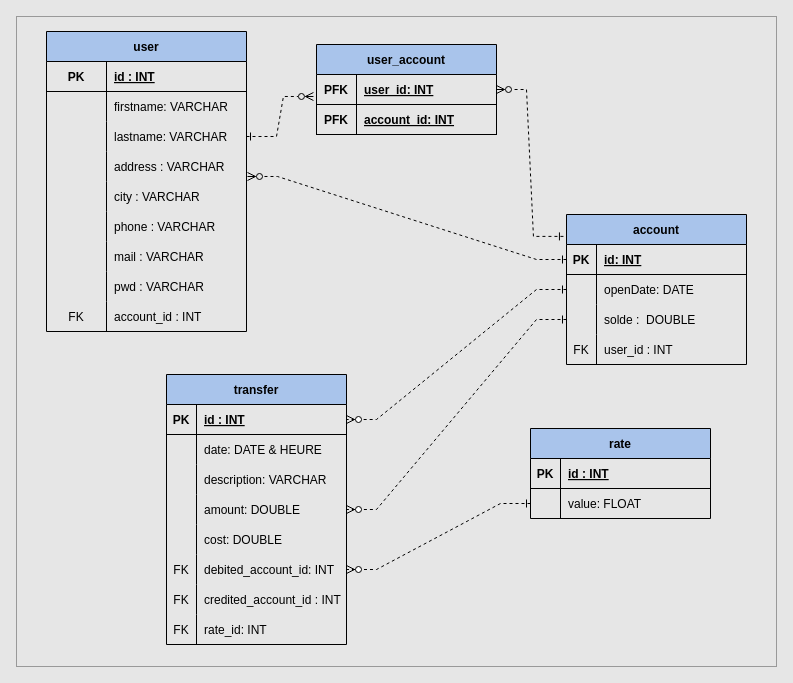
Above: diagrammes/DiagrammeMLD.drawio in PascalChatard/apipaymybuddy (draw.io), before the change. Source tidied: cells renumbered, new cells numbered last; positions are measured from the earlier drawing's top-left corner, leaving out a move shared by most shapes. Both pictures are drawn from the tidied source at 100%, with x=0, y=0 at pixel (16, 16).
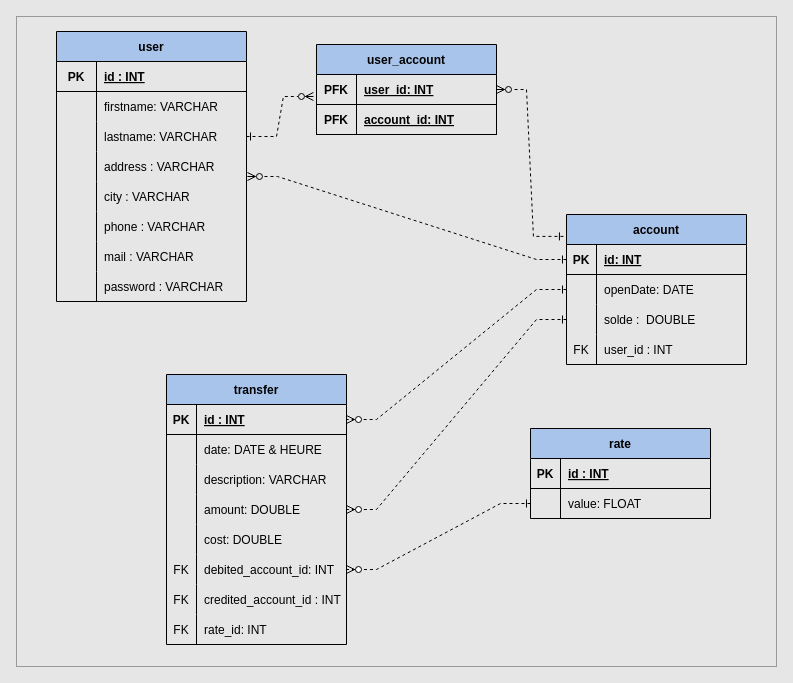
The same page after the edit.

What changed in the source:
```diff
@@
     <mxCell id="16" value="user" style="shape=table;startSize=30;childLayout=tableLayout;rowLines=0;fontStyle=1;align=center;fillColor=#A9C4EB;" parent="1" vertex="1">
-      <mxGeometry x="30" y="15" width="200" height="300" as="geometry" />
+      <mxGeometry x="40" y="15" width="190" height="270" as="geometry" />
     </mxCell>
     <mxCell id="17" style="shape=tableRow;horizontal=0;startSize=0;swimlaneHead=0;swimlaneBody=0;fillColor=none;top=0;left=0;right=0;bottom=1;" parent="16" vertex="1">
-      <mxGeometry y="30" width="200" height="30" as="geometry" />
+      <mxGeometry y="30" width="190" height="30" as="geometry" />
     </mxCell>
     <mxCell id="18" value="PK" style="shape=partialRectangle;fillColor=none;top=0;left=0;bottom=0;right=0;fontStyle=1;overflow=hidden;" parent="17" vertex="1">
-      <mxGeometry width="60" height="30" as="geometry" />
+      <mxGeometry width="40" height="30" as="geometry" />
     </mxCell>
     <mxCell id="19" value="id : INT" style="shape=partialRectangle;fillColor=none;top=0;left=0;bottom=0;right=0;align=left;spacingLeft=6;fontStyle=5;overflow=hidden;" parent="17" vertex="1">
-      <mxGeometry x="60" width="140" height="30" as="geometry" />
+      <mxGeometry x="40" width="150" height="30" as="geometry" />
     </mxCell>
     <mxCell id="20" style="shape=tableRow;horizontal=0;startSize=0;swimlaneHead=0;swimlaneBody=0;fillColor=none;top=0;left=0;right=0;bottom=0;" parent="16" vertex="1">
-      <mxGeometry y="60" width="200" height="30" as="geometry" />
+      <mxGeometry y="60" width="190" height="30" as="geometry" />
     </mxCell>
     <mxCell id="21" style="shape=partialRectangle;fillColor=none;top=0;left=0;bottom=0;right=0;overflow=hidden;" parent="20" vertex="1">
-      <mxGeometry width="60" height="30" as="geometry" />
+      <mxGeometry width="40" height="30" as="geometry" />
     </mxCell>
     <mxCell id="22" value="firstname: VARCHAR" style="shape=partialRectangle;fillColor=none;top=0;left=0;bottom=0;right=0;align=left;spacingLeft=6;overflow=hidden;" parent="20" vertex="1">
-      <mxGeometry x="60" width="140" height="30" as="geometry" />
+      <mxGeometry x="40" width="150" height="30" as="geometry" />
     </mxCell>
     <mxCell id="23" style="shape=tableRow;horizontal=0;startSize=0;swimlaneHead=0;swimlaneBody=0;fillColor=none;points=[[0,0.5],[1,0.5]];portConstraint=eastwest;top=0;left=0;right=0;bottom=0;" parent="16" vertex="1">
-      <mxGeometry y="90" width="200" height="30" as="geometry" />
+      <mxGeometry y="90" width="190" height="30" as="geometry" />
     </mxCell>
     <mxCell id="24" style="shape=partialRectangle;fillColor=none;top=0;left=0;bottom=0;right=0;overflow=hidden;" parent="23" vertex="1">
-      <mxGeometry width="60" height="30" as="geometry" />
+      <mxGeometry width="40" height="30" as="geometry" />
     </mxCell>
     <mxCell id="25" value="lastname: VARCHAR" style="shape=partialRectangle;fillColor=none;top=0;left=0;bottom=0;right=0;align=left;spacingLeft=6;overflow=hidden;" parent="23" vertex="1">
-      <mxGeometry x="60" width="140" height="30" as="geometry" />
+      <mxGeometry x="40" width="150" height="30" as="geometry" />
     </mxCell>
     <mxCell id="26" style="shape=tableRow;horizontal=0;startSize=0;swimlaneHead=0;swimlaneBody=0;fillColor=none;points=[[0,0.5],[1,0.5]];portConstraint=eastwest;top=0;left=0;right=0;bottom=0;" parent="16" vertex="1">
-      <mxGeometry y="120" width="200" height="30" as="geometry" />
+      <mxGeometry y="120" width="190" height="30" as="geometry" />
     </mxCell>
     <mxCell id="27" style="shape=partialRectangle;fillColor=none;top=0;left=0;bottom=0;right=0;overflow=hidden;" parent="26" vertex="1">
-      <mxGeometry width="60" height="30" as="geometry" />
+      <mxGeometry width="40" height="30" as="geometry" />
     </mxCell>
     <mxCell id="28" value="address : VARCHAR" style="shape=partialRectangle;fillColor=none;top=0;left=0;bottom=0;right=0;align=left;spacingLeft=6;overflow=hidden;" parent="26" vertex="1">
-      <mxGeometry x="60" width="140" height="30" as="geometry" />
+      <mxGeometry x="40" width="150" height="30" as="geometry" />
     </mxCell>
     <mxCell id="29" style="shape=tableRow;horizontal=0;startSize=0;swimlaneHead=0;swimlaneBody=0;fillColor=none;top=0;left=0;right=0;bottom=0;" parent="16" vertex="1">
-      <mxGeometry y="150" width="200" height="30" as="geometry" />
+      <mxGeometry y="150" width="190" height="30" as="geometry" />
     </mxCell>
     <mxCell id="30" style="shape=partialRectangle;fillColor=none;top=0;left=0;bottom=0;right=0;overflow=hidden;" parent="29" vertex="1">
-      <mxGeometry width="60" height="30" as="geometry" />
+      <mxGeometry width="40" height="30" as="geometry" />
     </mxCell>
     <mxCell id="31" value="city : VARCHAR" style="shape=partialRectangle;fillColor=none;top=0;left=0;bottom=0;right=0;align=left;spacingLeft=6;overflow=hidden;" parent="29" vertex="1">
-      <mxGeometry x="60" width="140" height="30" as="geometry" />
+      <mxGeometry x="40" width="150" height="30" as="geometry" />
     </mxCell>
     <mxCell id="32" style="shape=tableRow;horizontal=0;startSize=0;swimlaneHead=0;swimlaneBody=0;fillColor=none;top=0;left=0;right=0;bottom=0;" parent="16" vertex="1">
-      <mxGeometry y="180" width="200" height="30" as="geometry" />
+      <mxGeometry y="180" width="190" height="30" as="geometry" />
     </mxCell>
     <mxCell id="33" style="shape=partialRectangle;fillColor=none;top=0;left=0;bottom=0;right=0;overflow=hidden;" parent="32" vertex="1">
-      <mxGeometry width="60" height="30" as="geometry" />
+      <mxGeometry width="40" height="30" as="geometry" />
     </mxCell>
     <mxCell id="34" value="phone : VARCHAR" style="shape=partialRectangle;fillColor=none;top=0;left=0;bottom=0;right=0;align=left;spacingLeft=6;overflow=hidden;" parent="32" vertex="1">
-      <mxGeometry x="60" width="140" height="30" as="geometry" />
+      <mxGeometry x="40" width="150" height="30" as="geometry" />
     </mxCell>
     <mxCell id="35" style="shape=tableRow;horizontal=0;startSize=0;swimlaneHead=0;swimlaneBody=0;fillColor=none;top=0;left=0;right=0;bottom=0;" parent="16" vertex="1">
-      <mxGeometry y="210" width="200" height="30" as="geometry" />
+      <mxGeometry y="210" width="190" height="30" as="geometry" />
     </mxCell>
     <mxCell id="36" style="shape=partialRectangle;fillColor=none;top=0;left=0;bottom=0;right=0;overflow=hidden;" parent="35" vertex="1">
-      <mxGeometry width="60" height="30" as="geometry" />
+      <mxGeometry width="40" height="30" as="geometry" />
     </mxCell>
     <mxCell id="37" value="mail : VARCHAR" style="shape=partialRectangle;fillColor=none;top=0;left=0;bottom=0;right=0;align=left;spacingLeft=6;overflow=hidden;" parent="35" vertex="1">
-      <mxGeometry x="60" width="140" height="30" as="geometry" />
+      <mxGeometry x="40" width="150" height="30" as="geometry" />
     </mxCell>
     <mxCell id="38" style="shape=tableRow;horizontal=0;startSize=0;swimlaneHead=0;swimlaneBody=0;fillColor=none;top=0;left=0;right=0;bottom=0;" parent="16" vertex="1">
-      <mxGeometry y="240" width="200" height="30" as="geometry" />
+      <mxGeometry y="240" width="190" height="30" as="geometry" />
     </mxCell>
     <mxCell id="39" style="shape=partialRectangle;fillColor=none;top=0;left=0;bottom=0;right=0;overflow=hidden;" parent="38" vertex="1">
-      <mxGeometry width="60" height="30" as="geometry" />
+      <mxGeometry width="40" height="30" as="geometry" />
     </mxCell>
-    <mxCell id="40" value="pwd : VARCHAR" style="shape=partialRectangle;fillColor=none;top=0;left=0;bottom=0;right=0;align=left;spacingLeft=6;overflow=hidden;" parent="38" vertex="1">
-      <mxGeometry x="60" width="140" height="30" as="geometry" />
+    <mxCell id="40" value="password : VARCHAR" style="shape=partialRectangle;fillColor=none;top=0;left=0;bottom=0;right=0;align=left;spacingLeft=6;overflow=hidden;" parent="38" vertex="1">
+      <mxGeometry x="40" width="150" height="30" as="geometry" />
     </mxCell>
-    <mxCell id="41" style="shape=tableRow;horizontal=0;startSize=0;swimlaneHead=0;swimlaneBody=0;fillColor=none;top=0;left=0;right=0;bottom=0;" parent="16" vertex="1">
-      <mxGeometry y="270" width="200" height="30" as="geometry" />
-    </mxCell>
-    <mxCell id="42" value="FK" style="shape=partialRectangle;fillColor=none;top=0;left=0;bottom=0;right=0;overflow=hidden;" parent="41" vertex="1">
-      <mxGeometry width="60" height="30" as="geometry" />
-    </mxCell>
-    <mxCell id="43" value="account_id : INT" style="shape=partialRectangle;fillColor=none;top=0;left=0;bottom=0;right=0;align=left;spacingLeft=6;overflow=hidden;" parent="41" vertex="1">
-      <mxGeometry x="60" width="140" height="30" as="geometry" />
-    </mxCell>
```
